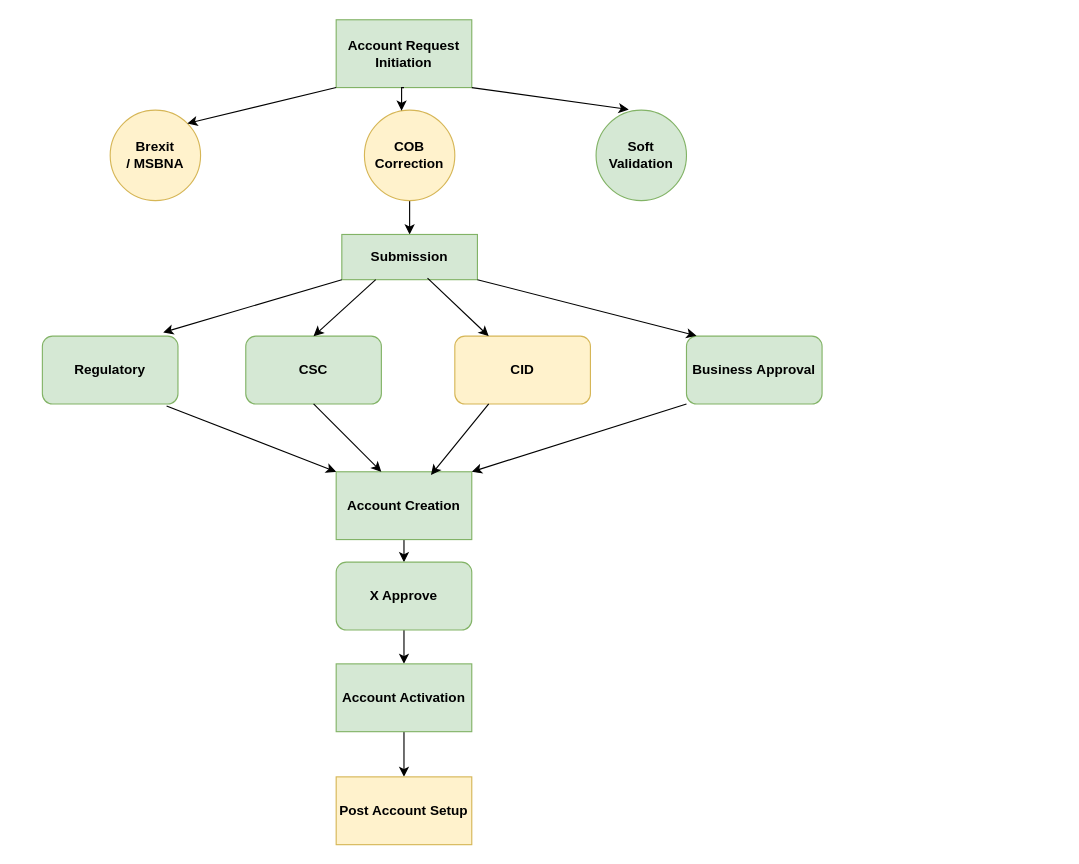
Earlier version of the draw.io diagram Untitled Diagram.drawio (parmeet96/articles). Source tidied: cells renumbered, new cells numbered last; positions are measured from the earlier drawing's top-left corner, leaving out a move shared by most shapes. Both pictures are drawn from the tidied source at 113%, with x=0, y=0 at pixel (42, 19).
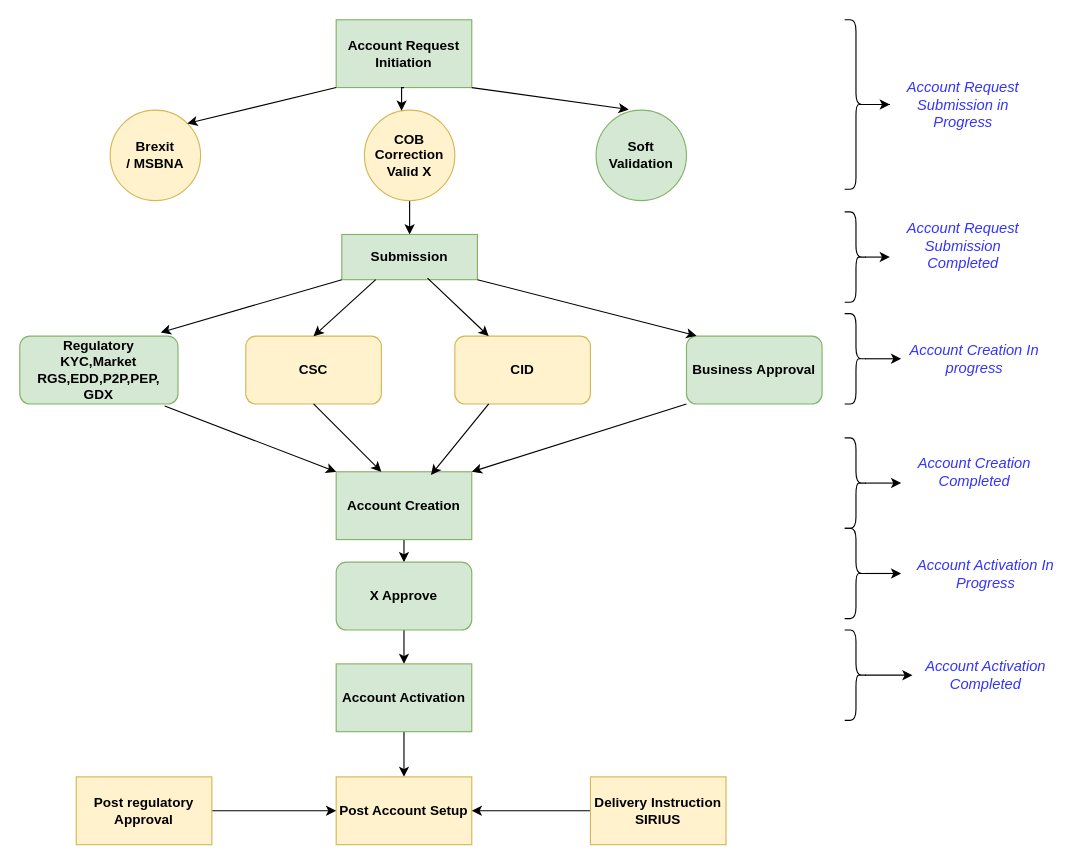
The same diagram, later.

Unchanged cells that the change refers to:
```xml
<mxCell id="18" value="&lt;b&gt;Post Account Setup&lt;/b&gt;" style="rounded=0;whiteSpace=wrap;html=1;fillColor=#fff2cc;strokeColor=#d6b656;" parent="1" vertex="1">
  <mxGeometry x="260" y="670" width="120" height="60" as="geometry" />
</mxCell>
```

Change to the diagram source:
```diff
@@
-    <mxCell id="5" value="&lt;b&gt;COB Correction&lt;/b&gt;" style="ellipse;whiteSpace=wrap;html=1;fillColor=#fff2cc;strokeColor=#d6b656;" parent="1" vertex="1">
+    <mxCell id="5" value="&lt;b&gt;COB Correction&lt;/b&gt;&lt;div&gt;&lt;b&gt;Valid X&lt;/b&gt;&lt;/div&gt;" style="ellipse;whiteSpace=wrap;html=1;fillColor=#fff2cc;strokeColor=#d6b656;" parent="1" vertex="1">
       <mxGeometry x="285" y="80" width="80" height="80" as="geometry" />
     </mxCell>
@@
-    <mxCell id="8" value="&lt;b&gt;Regulatory&lt;/b&gt;" style="rounded=1;whiteSpace=wrap;html=1;fillColor=#d5e8d4;strokeColor=#82b366;" parent="1" vertex="1">
-      <mxGeometry y="280" width="120" height="60" as="geometry" />
+    <mxCell id="8" value="&lt;b&gt;Regulatory&lt;br&gt;KYC,Market RGS,EDD,P2P,PEP,&lt;br&gt;GDX&lt;/b&gt;" style="rounded=1;whiteSpace=wrap;html=1;fillColor=#d5e8d4;strokeColor=#82b366;" parent="1" vertex="1">
+      <mxGeometry x="-20" y="280" width="140" height="60" as="geometry" />
     </mxCell>
-    <mxCell id="9" value="&lt;b&gt;CSC&lt;/b&gt;" style="rounded=1;whiteSpace=wrap;html=1;fillColor=#d5e8d4;strokeColor=#82b366;" parent="1" vertex="1">
+    <mxCell id="9" value="&lt;b&gt;CSC&lt;/b&gt;" style="rounded=1;whiteSpace=wrap;html=1;fillColor=#fff2cc;strokeColor=#d6b656;" parent="1" vertex="1">
       <mxGeometry x="180" y="280" width="120" height="60" as="geometry" />
     </mxCell>
@@
-    <mxCell id="11" value="&lt;b&gt;Business&lt;/b&gt; &lt;b&gt;Approval&lt;/b&gt;" style="rounded=1;whiteSpace=wrap;html=1;fillColor=#d5e8d4;strokeColor=#82b366;" parent="1" vertex="1">
+    <mxCell id="11" value="&lt;b&gt;Business&lt;/b&gt; &lt;b&gt;Approval&lt;br&gt;&lt;/b&gt;" style="rounded=1;whiteSpace=wrap;html=1;fillColor=#d5e8d4;strokeColor=#82b366;" parent="1" vertex="1">
       <mxGeometry x="570" y="280" width="120" height="60" as="geometry" />
     </mxCell>
@@
+    <mxCell id="30" style="edgeStyle=orthogonalEdgeStyle;rounded=0;jettySize=auto;html=1;exitX=0.1;exitY=0.5;exitDx=0;exitDy=0;exitPerimeter=0;" parent="1" edge="1" source="31" target="42">
+      <mxGeometry relative="1" as="geometry" />
+    </mxCell>
+    <mxCell id="31" style="shape=curlyBracket;whiteSpace=wrap;html=1;rounded=1;flipH=1;labelPosition=right;verticalLabelPosition=middle;align=left;verticalAlign=middle;" parent="1" vertex="1">
+      <mxGeometry x="710" width="20" height="150" as="geometry" />
+    </mxCell>
+    <mxCell id="32" style="edgeStyle=orthogonalEdgeStyle;rounded=0;jettySize=auto;html=1;exitX=0.1;exitY=0.5;exitDx=0;exitDy=0;exitPerimeter=0;entryX=0;entryY=0.75;entryDx=0;entryDy=0;" parent="1" edge="1" source="33" target="43">
+      <mxGeometry relative="1" as="geometry" />
+    </mxCell>
+    <mxCell id="33" style="shape=curlyBracket;whiteSpace=wrap;html=1;rounded=1;flipH=1;labelPosition=right;verticalLabelPosition=middle;align=left;verticalAlign=middle;" parent="1" vertex="1">
+      <mxGeometry x="710" y="170" width="20" height="80" as="geometry" />
+    </mxCell>
+    <mxCell id="34" style="edgeStyle=orthogonalEdgeStyle;rounded=0;jettySize=auto;html=1;exitX=0.1;exitY=0.5;exitDx=0;exitDy=0;exitPerimeter=0;entryX=0;entryY=0.5;entryDx=0;entryDy=0;" parent="1" edge="1" source="35" target="44">
+      <mxGeometry relative="1" as="geometry" />
+    </mxCell>
+    <mxCell id="35" style="shape=curlyBracket;whiteSpace=wrap;html=1;rounded=1;flipH=1;labelPosition=right;verticalLabelPosition=middle;align=left;verticalAlign=middle;" parent="1" vertex="1">
+      <mxGeometry x="710" y="260" width="20" height="80" as="geometry" />
+    </mxCell>
+    <mxCell id="36" style="edgeStyle=orthogonalEdgeStyle;rounded=0;jettySize=auto;html=1;exitX=0.1;exitY=0.5;exitDx=0;exitDy=0;exitPerimeter=0;entryX=0;entryY=0.75;entryDx=0;entryDy=0;" parent="1" edge="1" source="37" target="45">
+      <mxGeometry relative="1" as="geometry" />
+    </mxCell>
+    <mxCell id="37" style="shape=curlyBracket;whiteSpace=wrap;html=1;rounded=1;flipH=1;labelPosition=right;verticalLabelPosition=middle;align=left;verticalAlign=middle;size=0.5;" parent="1" vertex="1">
+      <mxGeometry x="710" y="370" width="20" height="80" as="geometry" />
+    </mxCell>
+    <mxCell id="38" style="edgeStyle=orthogonalEdgeStyle;rounded=0;jettySize=auto;html=1;exitX=0.1;exitY=0.5;exitDx=0;exitDy=0;exitPerimeter=0;" parent="1" edge="1" source="39">
+      <mxGeometry relative="1" as="geometry">
+        <mxPoint x="760" y="490.3" as="targetPoint" />
+      </mxGeometry>
+    </mxCell>
+    <mxCell id="39" style="shape=curlyBracket;whiteSpace=wrap;html=1;rounded=1;flipH=1;labelPosition=right;verticalLabelPosition=middle;align=left;verticalAlign=middle;size=0.5;" parent="1" vertex="1">
+      <mxGeometry x="710" y="450" width="20" height="80" as="geometry" />
+    </mxCell>
+    <mxCell id="40" style="edgeStyle=orthogonalEdgeStyle;rounded=0;jettySize=auto;html=1;exitX=0.1;exitY=0.5;exitDx=0;exitDy=0;exitPerimeter=0;entryX=0;entryY=0.5;entryDx=0;entryDy=0;" parent="1" edge="1" source="41" target="47">
+      <mxGeometry relative="1" as="geometry" />
+    </mxCell>
+    <mxCell id="41" style="shape=curlyBracket;whiteSpace=wrap;html=1;rounded=1;flipH=1;labelPosition=right;verticalLabelPosition=middle;align=left;verticalAlign=middle;size=0.5;" parent="1" vertex="1">
+      <mxGeometry x="710" y="540" width="20" height="80" as="geometry" />
+    </mxCell>
+    <mxCell id="42" value="&lt;font style=&quot;font-size: 13px; color: rgb(51, 51, 255);&quot;&gt;&lt;i&gt;Account Request Submission in Progress&lt;/i&gt;&lt;/font&gt;" style="text;html=1;align=center;verticalAlign=middle;whiteSpace=wrap;rounded=0;" parent="1" vertex="1">
+      <mxGeometry x="750" y="55" width="130" height="40" as="geometry" />
+    </mxCell>
+    <mxCell id="43" value="&lt;font style=&quot;font-size: 13px; color: rgb(51, 51, 255);&quot;&gt;&lt;i&gt;Account Request Submission Completed&lt;/i&gt;&lt;/font&gt;" style="text;html=1;align=center;verticalAlign=middle;whiteSpace=wrap;rounded=0;" parent="1" vertex="1">
+      <mxGeometry x="750" y="180" width="130" height="40" as="geometry" />
+    </mxCell>
+    <mxCell id="44" value="&lt;font style=&quot;font-size: 13px; color: rgb(51, 51, 255);&quot;&gt;&lt;i&gt;Account Creation In progress&lt;/i&gt;&lt;/font&gt;" style="text;html=1;align=center;verticalAlign=middle;whiteSpace=wrap;rounded=0;" parent="1" vertex="1">
+      <mxGeometry x="760" y="280" width="130" height="40" as="geometry" />
+    </mxCell>
+    <mxCell id="45" value="&lt;font style=&quot;font-size: 13px; color: rgb(51, 51, 255);&quot;&gt;&lt;i&gt;Account Creation Completed&lt;/i&gt;&lt;/font&gt;" style="text;html=1;align=center;verticalAlign=middle;whiteSpace=wrap;rounded=0;" parent="1" vertex="1">
+      <mxGeometry x="760" y="380" width="130" height="40" as="geometry" />
+    </mxCell>
+    <mxCell id="46" value="&lt;font style=&quot;font-size: 13px; color: rgb(51, 51, 255);&quot;&gt;&lt;i&gt;Account Activation In Progress&lt;/i&gt;&lt;/font&gt;" style="text;html=1;align=center;verticalAlign=middle;whiteSpace=wrap;rounded=0;" parent="1" vertex="1">
+      <mxGeometry x="770" y="470" width="130" height="40" as="geometry" />
+    </mxCell>
+    <mxCell id="47" value="&lt;font style=&quot;font-size: 13px; color: rgb(51, 51, 255);&quot;&gt;&lt;i style=&quot;&quot;&gt;Account Activation Completed&lt;/i&gt;&lt;/font&gt;" style="text;html=1;align=center;verticalAlign=middle;whiteSpace=wrap;rounded=0;" parent="1" vertex="1">
+      <mxGeometry x="770" y="560" width="130" height="40" as="geometry" />
+    </mxCell>
+    <mxCell id="48" style="edgeStyle=orthogonalEdgeStyle;rounded=0;jettySize=auto;html=1;exitX=1;exitY=0.5;exitDx=0;exitDy=0;entryX=0;entryY=0.5;entryDx=0;entryDy=0;" parent="1" edge="1" source="49" target="18">
+      <mxGeometry relative="1" as="geometry" />
+    </mxCell>
+    <mxCell id="49" value="&lt;b&gt;Post regulatory Approval&lt;br&gt;&lt;/b&gt;" style="rounded=0;whiteSpace=wrap;html=1;fillColor=#fff2cc;strokeColor=#d6b656;" parent="1" vertex="1">
+      <mxGeometry x="30" y="670" width="120" height="60" as="geometry" />
+    </mxCell>
+    <mxCell id="50" style="edgeStyle=orthogonalEdgeStyle;rounded=0;jettySize=auto;html=1;exitX=0;exitY=0.5;exitDx=0;exitDy=0;entryX=1;entryY=0.5;entryDx=0;entryDy=0;" parent="1" edge="1" source="51" target="18">
+      <mxGeometry relative="1" as="geometry" />
+    </mxCell>
+    <mxCell id="51" value="&lt;b&gt;Delivery Instruction SIRIUS&lt;/b&gt;" style="rounded=0;whiteSpace=wrap;html=1;fillColor=#fff2cc;strokeColor=#d6b656;" parent="1" vertex="1">
+      <mxGeometry x="485" y="670" width="120" height="60" as="geometry" />
+    </mxCell>
```
